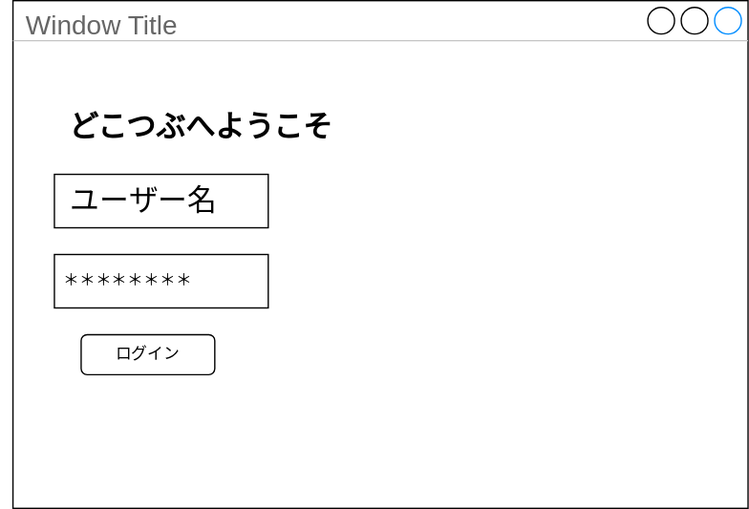
Before: クラス図.drawio.svg, a diagram exported from draw.io (Neo-hash-gif/sampleRepo). Source tidied: cells renumbered, new cells last; positions are measured from the earlier drawing's top-left corner, leaving out a move shared by most shapes.
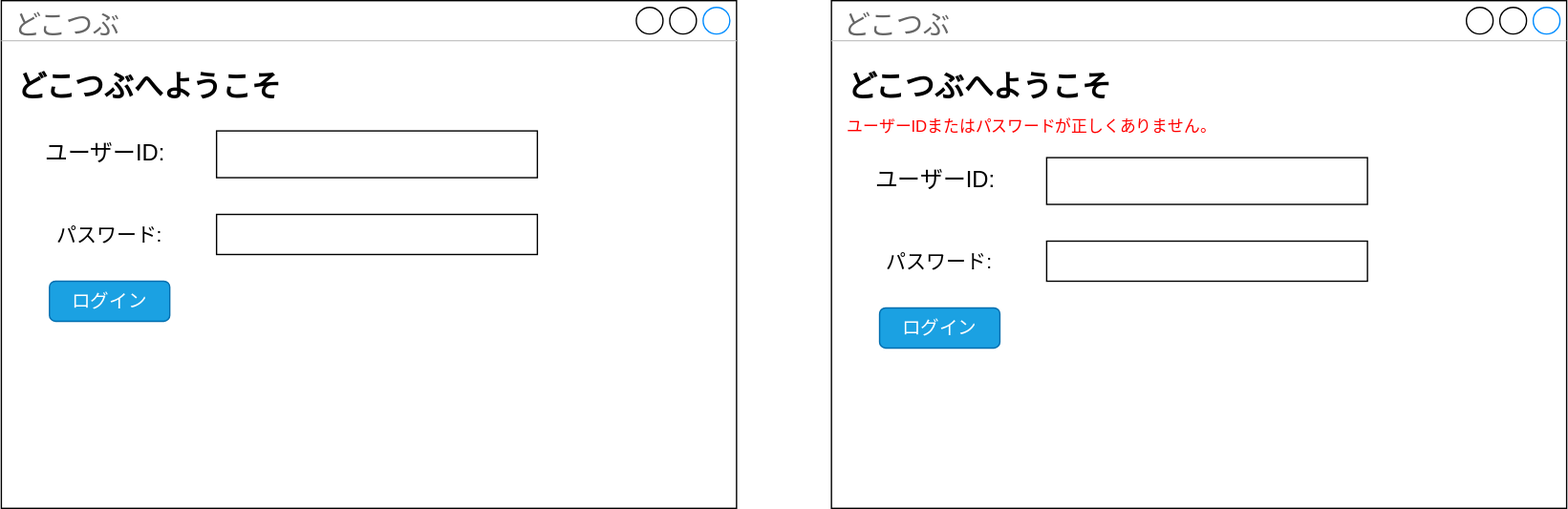
The same file after the commit.

Commit message:
クラス図.drawio.svg を更新します

Change to the diagram source:
```diff
@@ -1,33 +1,54 @@
-<mxGraphModel>
+<mxGraphModel background="#ffffff">
   <root>
     <mxCell id="0" />
     <mxCell id="1" parent="0" />
     <mxCell id="2" style="rounded=0;whiteSpace=wrap;html=1;" parent="1" vertex="1">
       <mxGeometry x="40" y="140" width="170" height="30" as="geometry" />
     </mxCell>
-    <mxCell id="3" value="Window Title" style="strokeWidth=1;shadow=0;dashed=0;align=center;html=1;shape=mxgraph.mockup.containers.window;align=left;verticalAlign=top;spacingLeft=8;strokeColor2=#008cff;strokeColor3=#c4c4c4;fontColor=#666666;mainText=;fontSize=20;labelBackgroundColor=none;whiteSpace=wrap;" parent="1" vertex="1">
+    <mxCell id="3" value="どこつぶ" style="strokeWidth=1;shadow=0;dashed=0;align=center;html=1;shape=mxgraph.mockup.containers.window;align=left;verticalAlign=top;spacingLeft=8;strokeColor2=#008cff;strokeColor3=#c4c4c4;fontColor=#666666;mainText=;fontSize=20;labelBackgroundColor=none;whiteSpace=wrap;" parent="1" vertex="1">
       <mxGeometry x="9" width="550" height="380" as="geometry" />
     </mxCell>
     <mxCell id="4" value="どこつぶへようこそ" style="text;strokeColor=none;align=center;fillColor=none;html=1;verticalAlign=middle;whiteSpace=wrap;rounded=0;fontStyle=1;fontSize=22;" parent="1" vertex="1">
-      <mxGeometry x="50" y="80" width="200" height="30" as="geometry" />
+      <mxGeometry x="20" y="50" width="200" height="30" as="geometry" />
     </mxCell>
     <mxCell id="5" style="rounded=0;whiteSpace=wrap;html=1;labelBackgroundColor=default;" parent="1" vertex="1">
-      <mxGeometry x="40" y="130" width="160" height="40" as="geometry" />
+      <mxGeometry x="170" y="97.5" width="240" height="35" as="geometry" />
     </mxCell>
-    <mxCell id="6" value="ユーザー名　　　　" style="text;strokeColor=none;align=left;fillColor=none;html=1;verticalAlign=middle;whiteSpace=wrap;rounded=0;labelBorderColor=none;textShadow=0;fontSize=22;" parent="1" vertex="1">
-      <mxGeometry x="50" y="135" width="120" height="30" as="geometry" />
+    <mxCell id="6" value="ユーザーID:" style="text;strokeColor=none;align=left;fillColor=none;html=1;verticalAlign=middle;whiteSpace=wrap;rounded=0;labelBorderColor=none;textShadow=0;fontSize=17;" parent="1" vertex="1">
+      <mxGeometry x="40" y="100" width="120" height="30" as="geometry" />
     </mxCell>
     <mxCell id="7" style="rounded=0;whiteSpace=wrap;html=1;" parent="1" vertex="1">
-      <mxGeometry x="40" y="190" width="160" height="40" as="geometry" />
+      <mxGeometry x="170" y="160" width="240" height="30" as="geometry" />
     </mxCell>
-    <mxCell id="8" value="＊＊＊＊＊＊＊＊" style="text;strokeColor=none;align=center;fillColor=none;html=1;verticalAlign=middle;whiteSpace=wrap;rounded=0;" parent="1" vertex="1">
-      <mxGeometry y="195" width="190" height="30" as="geometry" />
-    </mxCell>
-    <mxCell id="9" style="rounded=1;whiteSpace=wrap;html=1;" parent="1" vertex="1">
-      <mxGeometry x="60" y="250" width="100" height="30" as="geometry" />
+    <mxCell id="9" value="ログイン" style="rounded=1;whiteSpace=wrap;html=1;labelBackgroundColor=none;labelBorderColor=none;fillColor=#1ba1e2;strokeColor=#006EAF;fontColor=#ffffff;fontSize=14;" parent="1" vertex="1">
+      <mxGeometry x="45" y="210" width="90" height="30" as="geometry" />
     </mxCell>
-    <mxCell id="10" value="ログイン" style="text;html=1;align=center;verticalAlign=middle;whiteSpace=wrap;rounded=0;" parent="1" vertex="1">
-      <mxGeometry x="80" y="250" width="60" height="30" as="geometry" />
+    <mxCell id="10" value="パスワード:" style="text;html=1;align=center;verticalAlign=middle;whiteSpace=wrap;rounded=0;fontSize=15;" parent="1" vertex="1">
+      <mxGeometry x="30" y="160" width="120" height="30" as="geometry" />
     </mxCell>
+    <mxCell id="11" value="どこつぶ" style="strokeWidth=1;shadow=0;dashed=0;align=center;html=1;shape=mxgraph.mockup.containers.window;align=left;verticalAlign=top;spacingLeft=8;strokeColor2=#008cff;strokeColor3=#c4c4c4;fontColor=#666666;mainText=;fontSize=20;labelBackgroundColor=none;whiteSpace=wrap;" parent="1" vertex="1">
+      <mxGeometry x="630" width="550" height="380" as="geometry" />
+    </mxCell>
+    <mxCell id="12" value="どこつぶへようこそ" style="text;strokeColor=none;align=center;fillColor=none;html=1;verticalAlign=middle;whiteSpace=wrap;rounded=0;fontStyle=1;fontSize=22;" parent="1" vertex="1">
+      <mxGeometry x="641" y="50" width="200" height="30" as="geometry" />
+    </mxCell>
+    <mxCell id="13" style="rounded=0;whiteSpace=wrap;html=1;labelBackgroundColor=default;" parent="1" vertex="1">
+      <mxGeometry x="791" y="117.5" width="240" height="35" as="geometry" />
+    </mxCell>
+    <mxCell id="14" value="ユーザーID:" style="text;strokeColor=none;align=left;fillColor=none;html=1;verticalAlign=middle;whiteSpace=wrap;rounded=0;labelBorderColor=none;textShadow=0;fontSize=17;" parent="1" vertex="1">
+      <mxGeometry x="661" y="120" width="120" height="30" as="geometry" />
+    </mxCell>
+    <mxCell id="15" style="rounded=0;whiteSpace=wrap;html=1;" parent="1" vertex="1">
+      <mxGeometry x="791" y="180" width="240" height="30" as="geometry" />
+    </mxCell>
+    <mxCell id="16" value="ログイン" style="rounded=1;whiteSpace=wrap;html=1;labelBackgroundColor=none;labelBorderColor=none;fillColor=#1ba1e2;strokeColor=#006EAF;fontColor=#ffffff;fontSize=14;" parent="1" vertex="1">
+      <mxGeometry x="666" y="230" width="90" height="30" as="geometry" />
+    </mxCell>
+    <mxCell id="17" value="パスワード:" style="text;html=1;align=center;verticalAlign=middle;whiteSpace=wrap;rounded=0;fontSize=15;" parent="1" vertex="1">
+      <mxGeometry x="651" y="180" width="120" height="30" as="geometry" />
+    </mxCell>
+    <mxCell id="18" value="ユーザーIDまたはパスワードが正しくありません。" style="text;html=1;align=center;verticalAlign=middle;whiteSpace=wrap;rounded=0;fontColor=#FF0000;" parent="1" vertex="1">
+      <mxGeometry x="570" y="70" width="420" height="50" as="geometry" />
+    </mxCell>
   </root>
 </mxGraphModel>
```
